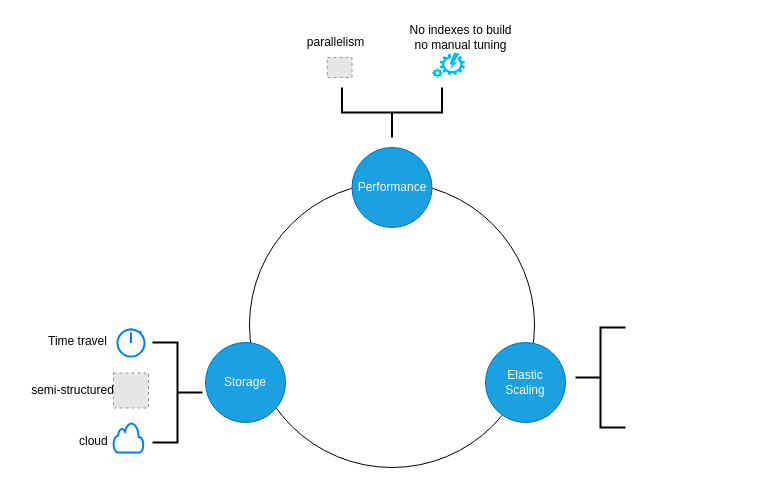
Earlier version of the draw.io diagram doc/databend-advantage.drawio (jackjoesh/databend). Source tidied: cells renumbered, new cells numbered last; positions are measured from the earlier drawing's top-left corner, leaving out a move shared by most shapes. Both pictures are drawn from the tidied source at 100%, with x=0, y=0 at pixel (17, 17). Pictures stored in the file or linked from it are replaced by grey dashed boxes.
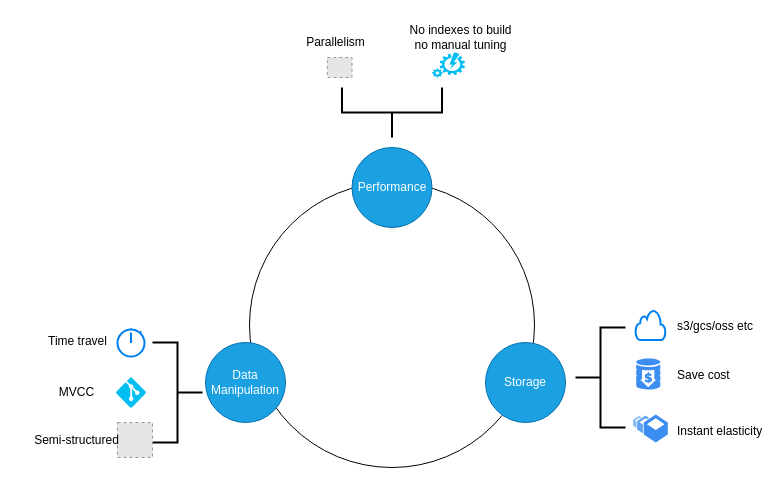
Above is the later version.

What changed in the source:
```diff
@@
-    <mxCell id="4" value="Storage" style="ellipse;whiteSpace=wrap;html=1;fillColor=#1ba1e2;fontColor=#ffffff;strokeColor=#006EAF;" parent="1" vertex="1">
+    <mxCell id="4" value="Data Manipulation" style="ellipse;whiteSpace=wrap;html=1;fillColor=#1ba1e2;fontColor=#ffffff;strokeColor=#006EAF;" parent="1" vertex="1">
       <mxGeometry x="188" y="325" width="80" height="80" as="geometry" />
     </mxCell>
-    <mxCell id="5" value="Elastic Scaling" style="ellipse;whiteSpace=wrap;html=1;fillColor=#1ba1e2;fontColor=#ffffff;strokeColor=#006EAF;" parent="1" vertex="1">
+    <mxCell id="5" value="Storage" style="ellipse;whiteSpace=wrap;html=1;fillColor=#1ba1e2;fontColor=#ffffff;strokeColor=#006EAF;" parent="1" vertex="1">
       <mxGeometry x="468" y="325" width="80" height="80" as="geometry" />
     </mxCell>
@@
     <mxCell id="9" style="fillColor=#E6E6E6;strokeColor=#999999;dashed=1;verticalLabelPosition=bottom;labelBackgroundColor=default;verticalAlign=top;" parent="1" vertex="1">
-      <mxGeometry x="96" y="355.5" width="35" height="35" as="geometry" />
+      <mxGeometry x="100" y="405" width="35" height="35" as="geometry" />
     </mxCell>
-    <mxCell id="10" value="semi-structured" style="text;html=1;align=center;verticalAlign=middle;strokeColor=none;fillColor=none;" parent="1" vertex="1">
-      <mxGeometry y="358" width="110" height="30" as="geometry" />
+    <mxCell id="10" value="Semi-structured" style="text;html=1;align=center;verticalAlign=middle;strokeColor=none;fillColor=none;" parent="1" vertex="1">
+      <mxGeometry x="4" y="407.5" width="110" height="30" as="geometry" />
     </mxCell>
     <mxCell id="11" style="html=1;verticalLabelPosition=bottom;align=center;labelBackgroundColor=#ffffff;verticalAlign=top;strokeWidth=2;strokeColor=#0080F0;shadow=0;dashed=0;shape=mxgraph.ios7.icons.cloud;" parent="1" vertex="1">
-      <mxGeometry x="96" y="405" width="30" height="30" as="geometry" />
+      <mxGeometry x="618" y="292.5" width="30" height="30" as="geometry" />
     </mxCell>
-    <mxCell id="12" value="cloud" style="text;whiteSpace=wrap;" parent="1" vertex="1">
-      <mxGeometry x="60" y="410" width="40" height="30" as="geometry" />
+    <mxCell id="12" value="s3/gcs/oss etc" style="text;whiteSpace=wrap;" parent="1" vertex="1">
+      <mxGeometry x="658" y="295" width="80" height="25" as="geometry" />
     </mxCell>
@@
-    <mxCell id="16" value="parallelism" style="text;html=1;align=center;verticalAlign=middle;strokeColor=none;fillColor=none;" parent="1" vertex="1">
+    <mxCell id="16" value="Parallelism" style="text;html=1;align=center;verticalAlign=middle;strokeColor=none;fillColor=none;" parent="1" vertex="1">
       <mxGeometry x="278" y="10" width="80" height="30" as="geometry" />
     </mxCell>
@@
+    <mxCell id="19" style="sketch=0;html=1;strokeColor=none;shadow=0;fillColor=#3B8DF1;verticalAlign=top;labelPosition=center;verticalLabelPosition=bottom;shape=mxgraph.gcp2.bucket_scale;" parent="1" vertex="1">
+      <mxGeometry x="615.7" y="397" width="34.6" height="28" as="geometry" />
+    </mxCell>
+    <mxCell id="20" value="Instant elasticity" style="text;whiteSpace=wrap;" parent="1" vertex="1">
+      <mxGeometry x="658" y="400" width="90" height="30" as="geometry" />
+    </mxCell>
+    <mxCell id="21" style="verticalLabelPosition=bottom;html=1;verticalAlign=top;align=center;strokeColor=none;fillColor=#00BEF2;shape=mxgraph.azure.git_repository;" parent="1" vertex="1">
+      <mxGeometry x="98.5" y="360" width="30" height="30" as="geometry" />
+    </mxCell>
+    <mxCell id="22" value="MVCC" style="text;html=1;align=center;verticalAlign=middle;strokeColor=none;fillColor=none;" parent="1" vertex="1">
+      <mxGeometry x="28.5" y="360" width="60" height="30" as="geometry" />
+    </mxCell>
+    <mxCell id="23" style="sketch=0;html=1;strokeColor=none;shadow=0;fillColor=#3B8DF1;verticalAlign=top;labelPosition=center;verticalLabelPosition=bottom;shape=mxgraph.gcp2.data_storage_cost;" parent="1" vertex="1">
+      <mxGeometry x="618.7" y="341.1" width="24.1" height="30.9" as="geometry" />
+    </mxCell>
+    <mxCell id="24" value="Save cost" style="text;whiteSpace=wrap;" parent="1" vertex="1">
+      <mxGeometry x="658" y="344.1" width="80" height="25" as="geometry" />
+    </mxCell>
```
